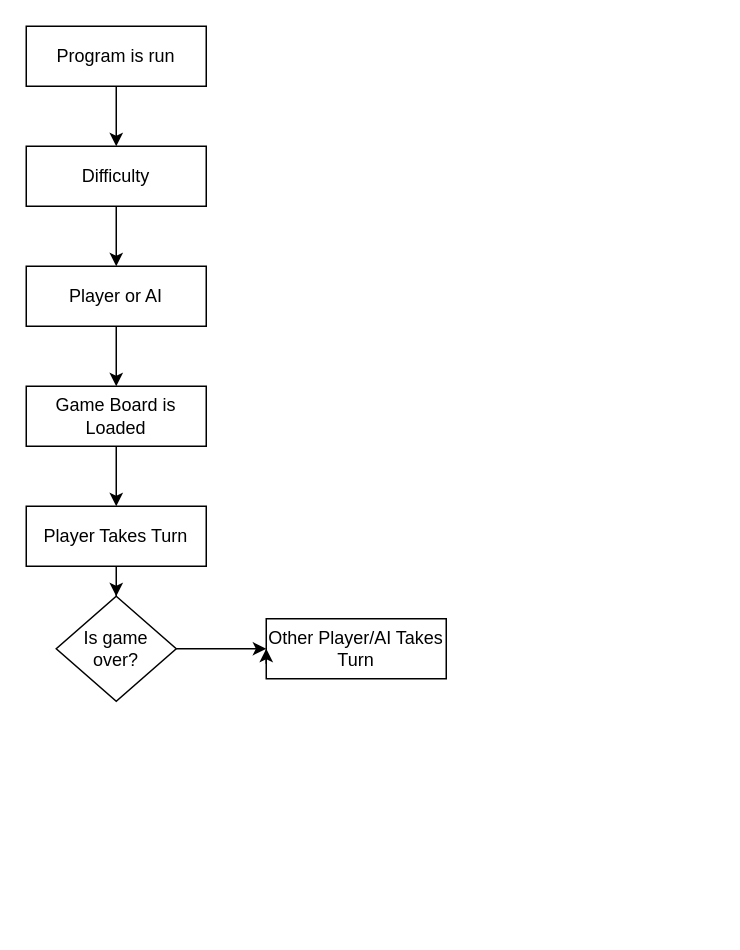
EShrestha/PSE-GameOfNim keeps this draw.io diagram as PSE-Flowchart.drawio. Above is the earlier version. Source tidied: cells renumbered, new cells numbered last; positions are measured from the earlier drawing's top-left corner, leaving out a move shared by most shapes. Both pictures are drawn from the tidied source at 150%, with x=0, y=0 at pixel (26, 26).
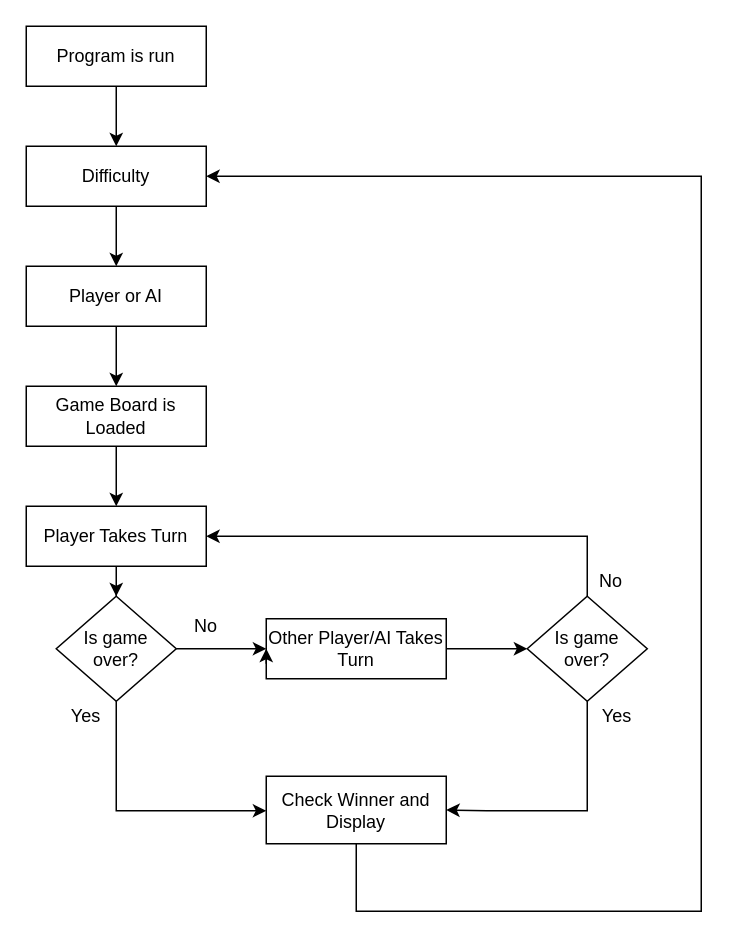
The same page after the edit.

Commit message:
Finished Basic non-technical flowchart

Unchanged cells that the change refers to:
```xml
<mxCell id="7" value="Difficulty" style="rounded=0;whiteSpace=wrap;html=1;" parent="1" vertex="1">
  <mxGeometry y="80" width="120" height="40" as="geometry" />
</mxCell>
<mxCell id="11" value="Player Takes Turn" style="rounded=0;whiteSpace=wrap;html=1;" parent="1" vertex="1">
  <mxGeometry y="320" width="120" height="40" as="geometry" />
</mxCell>
<mxCell id="12" value="Other Player/AI Takes Turn" style="rounded=0;whiteSpace=wrap;html=1;" parent="1" vertex="1">
  <mxGeometry x="160" y="395" width="120" height="40" as="geometry" />
</mxCell>
<mxCell id="14" value="Is game &lt;br&gt;over?" style="rhombus;whiteSpace=wrap;html=1;" parent="1" vertex="1">
  <mxGeometry x="20" y="380" width="80" height="70" as="geometry" />
</mxCell>
```

Diff of the diagram source:
```diff
@@
+    <mxCell id="16" style="edgeStyle=orthogonalEdgeStyle;rounded=0;jettySize=auto;html=1;" parent="1" edge="1" source="12" target="22">
+      <mxGeometry relative="1" as="geometry" />
+    </mxCell>
@@
+    <mxCell id="17" style="edgeStyle=orthogonalEdgeStyle;rounded=0;jettySize=auto;html=1;" parent="1" edge="1" source="14" target="19">
+      <mxGeometry relative="1" as="geometry">
+        <Array as="points">
+          <mxPoint x="60" y="523" />
+        </Array>
+      </mxGeometry>
+    </mxCell>
@@
+    <mxCell id="18" style="edgeStyle=orthogonalEdgeStyle;rounded=0;jettySize=auto;html=1;entryX=1;entryY=0.5;entryDx=0;entryDy=0;exitX=0.5;exitY=1;exitDx=0;exitDy=0;" parent="1" edge="1" source="19" target="7">
+      <mxGeometry relative="1" as="geometry">
+        <Array as="points">
+          <mxPoint x="220" y="590" />
+          <mxPoint x="450" y="590" />
+          <mxPoint x="450" y="100" />
+        </Array>
+      </mxGeometry>
+    </mxCell>
+    <mxCell id="19" value="Check Winner and Display" style="rounded=0;whiteSpace=wrap;html=1;" parent="1" vertex="1">
+      <mxGeometry x="160" y="500" width="120" height="45" as="geometry" />
+    </mxCell>
+    <mxCell id="20" style="edgeStyle=orthogonalEdgeStyle;rounded=0;jettySize=auto;html=1;entryX=1;entryY=0.5;entryDx=0;entryDy=0;" parent="1" edge="1" source="22" target="11">
+      <mxGeometry relative="1" as="geometry">
+        <Array as="points">
+          <mxPoint x="374" y="340" />
+        </Array>
+      </mxGeometry>
+    </mxCell>
+    <mxCell id="21" style="edgeStyle=orthogonalEdgeStyle;rounded=0;jettySize=auto;html=1;entryX=1;entryY=0.5;entryDx=0;entryDy=0;" parent="1" edge="1" source="22" target="19">
+      <mxGeometry relative="1" as="geometry">
+        <Array as="points">
+          <mxPoint x="374" y="523" />
+          <mxPoint x="307" y="523" />
+        </Array>
+      </mxGeometry>
+    </mxCell>
+    <mxCell id="22" value="Is game &lt;br&gt;over?" style="rhombus;whiteSpace=wrap;html=1;" parent="1" vertex="1">
+      <mxGeometry x="334" y="380" width="80" height="70" as="geometry" />
+    </mxCell>
+    <mxCell id="23" value="No" style="text;html=1;strokeColor=none;fillColor=none;align=center;verticalAlign=middle;whiteSpace=wrap;rounded=0;" parent="1" vertex="1">
+      <mxGeometry x="370" y="360" width="40" height="20" as="geometry" />
+    </mxCell>
+    <mxCell id="24" value="No" style="text;html=1;strokeColor=none;fillColor=none;align=center;verticalAlign=middle;whiteSpace=wrap;rounded=0;" parent="1" vertex="1">
+      <mxGeometry x="100" y="390" width="40" height="20" as="geometry" />
+    </mxCell>
+    <mxCell id="25" value="Yes" style="text;html=1;strokeColor=none;fillColor=none;align=center;verticalAlign=middle;whiteSpace=wrap;rounded=0;" parent="1" vertex="1">
+      <mxGeometry x="20" y="450" width="40" height="20" as="geometry" />
+    </mxCell>
+    <mxCell id="26" value="Yes" style="text;html=1;strokeColor=none;fillColor=none;align=center;verticalAlign=middle;whiteSpace=wrap;rounded=0;" parent="1" vertex="1">
+      <mxGeometry x="374" y="450" width="40" height="20" as="geometry" />
+    </mxCell>
```
